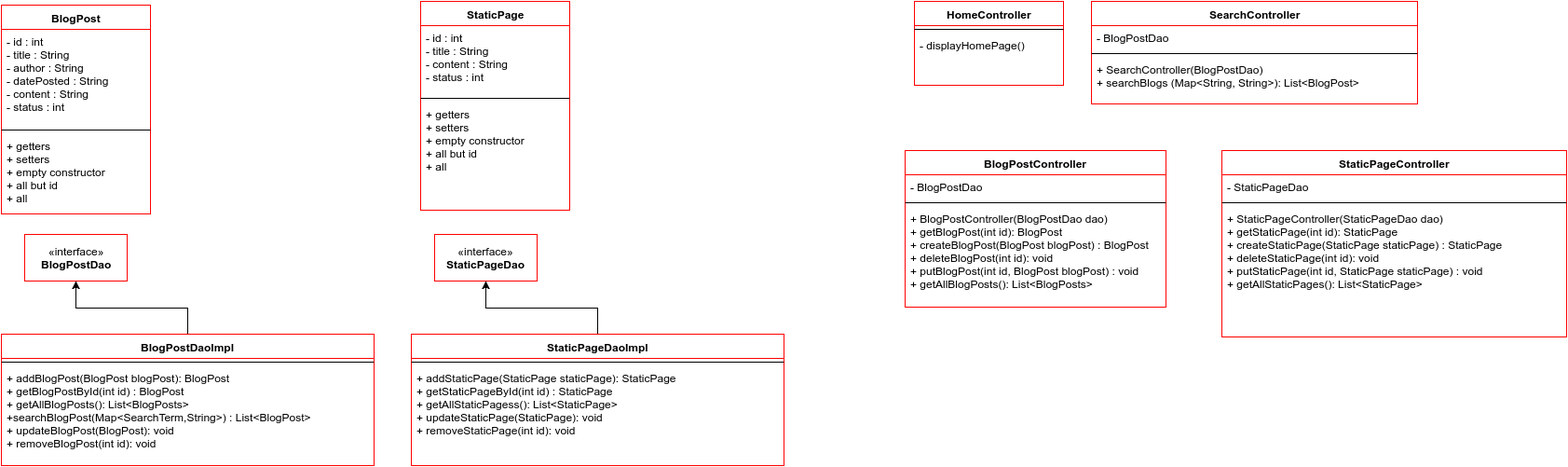
Before: Diagrams/makerSpaceClassDiagrams.png, a diagram exported from draw.io (zach1887/ClassProjects). Source tidied: cells renumbered, new cells last; positions are measured from the earlier drawing's top-left corner, leaving out a move shared by most shapes. Source of this version:
```xml
<mxGraphModel background="#ffffff">
  <root>
    <mxCell id="0" />
    <mxCell id="1" parent="0" />
    <mxCell id="2" value="BlogPost" style="swimlane;html=1;fontStyle=1;align=center;verticalAlign=top;horizontal=1;startSize=26;swimlaneFillColor=#ffffff;strokeColor=#FF0000;" parent="1" vertex="1">
      <mxGeometry y="4" width="160" height="224" as="geometry" />
    </mxCell>
    <mxCell id="3" value="- id : int&lt;div&gt;- title : String&lt;/div&gt;&lt;div&gt;- author : String&lt;/div&gt;&lt;div&gt;- datePosted : String&lt;/div&gt;&lt;div&gt;- content : String&lt;/div&gt;&lt;div&gt;- status : int&amp;nbsp;&lt;/div&gt;" style="text;html=1;strokeColor=none;fillColor=none;align=left;verticalAlign=top;spacingLeft=4;spacingRight=4;whiteSpace=wrap;overflow=hidden;" parent="2" vertex="1">
      <mxGeometry y="26" width="160" height="104" as="geometry" />
    </mxCell>
    <mxCell id="4" style="line;html=1;strokeWidth=1;fillColor=none;align=left;verticalAlign=middle;spacingTop=-1;spacingLeft=3;spacingRight=3;labelPosition=right;" parent="2" vertex="1">
      <mxGeometry y="130" width="160" height="8" as="geometry" />
    </mxCell>
    <mxCell id="5" value="+ getters&lt;div&gt;+ setters&lt;/div&gt;&lt;div&gt;+ empty constructor&lt;br&gt;&lt;/div&gt;&lt;div&gt;+ all but id&lt;br&gt;&lt;/div&gt;&lt;div&gt;+ all&lt;br&gt;&lt;/div&gt;" style="text;html=1;strokeColor=none;fillColor=none;align=left;verticalAlign=top;spacingLeft=4;spacingRight=4;whiteSpace=wrap;overflow=hidden;" parent="2" vertex="1">
      <mxGeometry y="138" width="160" height="82" as="geometry" />
    </mxCell>
    <mxCell id="6" value="StaticPage" style="swimlane;html=1;fontStyle=1;align=center;verticalAlign=top;horizontal=1;startSize=26;swimlaneFillColor=#ffffff;strokeColor=#FF0000;" parent="1" vertex="1">
      <mxGeometry x="450" width="160" height="224" as="geometry" />
    </mxCell>
    <mxCell id="7" value="- id : int&lt;div&gt;- title : String&lt;/div&gt;&lt;div&gt;- content : String&lt;/div&gt;&lt;div&gt;- status : int&amp;nbsp;&lt;/div&gt;" style="text;html=1;strokeColor=none;fillColor=none;align=left;verticalAlign=top;spacingLeft=4;spacingRight=4;whiteSpace=wrap;overflow=hidden;" parent="6" vertex="1">
      <mxGeometry y="26" width="160" height="74" as="geometry" />
    </mxCell>
    <mxCell id="8" style="line;html=1;strokeWidth=1;fillColor=none;align=left;verticalAlign=middle;spacingTop=-1;spacingLeft=3;spacingRight=3;labelPosition=right;" parent="6" vertex="1">
      <mxGeometry y="100" width="160" height="8" as="geometry" />
    </mxCell>
    <mxCell id="9" value="+ getters&lt;div&gt;+ setters&lt;/div&gt;&lt;div&gt;+ empty constructor&lt;br&gt;&lt;/div&gt;&lt;div&gt;+ all but id&lt;br&gt;&lt;/div&gt;&lt;div&gt;+ all&lt;br&gt;&lt;/div&gt;" style="text;html=1;strokeColor=none;fillColor=none;align=left;verticalAlign=top;spacingLeft=4;spacingRight=4;whiteSpace=wrap;overflow=hidden;" parent="6" vertex="1">
      <mxGeometry y="108" width="160" height="82" as="geometry" />
    </mxCell>
    <mxCell id="10" value="«interface»&lt;br&gt;&lt;b&gt;BlogPostDao&lt;/b&gt;" style="html=1;strokeColor=#FF0000;" parent="1" vertex="1">
      <mxGeometry x="25" y="250" width="110" height="50" as="geometry" />
    </mxCell>
    <mxCell id="11" style="edgeStyle=orthogonalEdgeStyle;rounded=0;html=1;exitX=0.5;exitY=0;entryX=0.5;entryY=1;jettySize=auto;strokeColor=#000000;" parent="1" edge="1" source="12" target="10">
      <mxGeometry relative="1" as="geometry" />
    </mxCell>
    <mxCell id="12" value="BlogPostDaoImpl" style="swimlane;html=1;fontStyle=1;align=center;verticalAlign=top;horizontal=1;startSize=26;swimlaneFillColor=#ffffff;strokeColor=#FF0000;" parent="1" vertex="1">
      <mxGeometry y="357" width="400" height="141" as="geometry" />
    </mxCell>
    <mxCell id="13" style="line;html=1;strokeWidth=1;fillColor=none;align=left;verticalAlign=middle;spacingTop=-1;spacingLeft=3;spacingRight=3;labelPosition=right;" parent="12" vertex="1">
      <mxGeometry y="26" width="400" height="8" as="geometry" />
    </mxCell>
    <mxCell id="14" value="+ addBlogPost(BlogPost blogPost): BlogPost&lt;div&gt;+ getBlogPostById(int id) : BlogPost&lt;/div&gt;&lt;div&gt;+ getAllBlogPosts(): List&amp;lt;BlogPosts&amp;gt;&lt;/div&gt;&lt;div&gt;+searchBlogPost(Map&amp;lt;SearchTerm,String&amp;gt;) : List&amp;lt;BlogPost&amp;gt;&lt;/div&gt;&lt;div&gt;+ updateBlogPost(BlogPost): void&lt;/div&gt;&lt;div&gt;+ removeBlogPost(int id): void&lt;/div&gt;" style="text;html=1;strokeColor=none;fillColor=none;align=left;verticalAlign=top;spacingLeft=4;spacingRight=4;whiteSpace=wrap;overflow=hidden;" parent="12" vertex="1">
      <mxGeometry y="34" width="400" height="96" as="geometry" />
    </mxCell>
    <mxCell id="15" value="«interface»&lt;br&gt;&lt;b&gt;StaticPageDao&lt;/b&gt;" style="html=1;strokeColor=#FF0000;" parent="1" vertex="1">
      <mxGeometry x="465" y="250" width="110" height="50" as="geometry" />
    </mxCell>
    <mxCell id="16" style="edgeStyle=orthogonalEdgeStyle;rounded=0;html=1;exitX=0.5;exitY=0;entryX=0.5;entryY=1;jettySize=auto;strokeColor=#000000;" parent="1" edge="1" source="17" target="15">
      <mxGeometry relative="1" as="geometry" />
    </mxCell>
    <mxCell id="17" value="StaticPageDaoImpl" style="swimlane;html=1;fontStyle=1;align=center;verticalAlign=top;horizontal=1;startSize=26;swimlaneFillColor=#ffffff;strokeColor=#FF0000;" parent="1" vertex="1">
      <mxGeometry x="440" y="357" width="400" height="141" as="geometry" />
    </mxCell>
    <mxCell id="18" style="line;html=1;strokeWidth=1;fillColor=none;align=left;verticalAlign=middle;spacingTop=-1;spacingLeft=3;spacingRight=3;labelPosition=right;" parent="17" vertex="1">
      <mxGeometry y="26" width="400" height="8" as="geometry" />
    </mxCell>
    <mxCell id="19" value="+ addStaticPage(StaticPage staticPage): StaticPage&lt;div&gt;+ getStaticPageById(int id) : StaticPage&lt;/div&gt;&lt;div&gt;+ getAllStaticPagess(): List&amp;lt;StaticPage&amp;gt;&lt;/div&gt;&lt;div&gt;+ updateStaticPage(StaticPage): void&lt;/div&gt;&lt;div&gt;+ removeStaticPage(int id): void&lt;/div&gt;" style="text;html=1;strokeColor=none;fillColor=none;align=left;verticalAlign=top;spacingLeft=4;spacingRight=4;whiteSpace=wrap;overflow=hidden;" parent="17" vertex="1">
      <mxGeometry y="34" width="400" height="96" as="geometry" />
    </mxCell>
    <mxCell id="20" value="HomeController" style="swimlane;html=1;fontStyle=1;align=center;verticalAlign=top;horizontal=1;startSize=26;swimlaneFillColor=#ffffff;strokeColor=#FF0000;" parent="1" vertex="1">
      <mxGeometry x="980" width="160" height="90" as="geometry" />
    </mxCell>
    <mxCell id="21" style="line;html=1;strokeWidth=1;fillColor=none;align=left;verticalAlign=middle;spacingTop=-1;spacingLeft=3;spacingRight=3;labelPosition=right;" parent="20" vertex="1">
      <mxGeometry y="26" width="160" height="8" as="geometry" />
    </mxCell>
    <mxCell id="22" value="- displayHomePage()" style="text;html=1;strokeColor=none;fillColor=none;align=left;verticalAlign=top;spacingLeft=4;spacingRight=4;whiteSpace=wrap;overflow=hidden;" parent="20" vertex="1">
      <mxGeometry y="34" width="160" height="26" as="geometry" />
    </mxCell>
    <mxCell id="23" value="SearchController" style="swimlane;html=1;fontStyle=1;align=center;verticalAlign=top;horizontal=1;startSize=26;swimlaneFillColor=#ffffff;strokeColor=#FF0000;" parent="1" vertex="1">
      <mxGeometry x="1170" width="350" height="110" as="geometry" />
    </mxCell>
    <mxCell id="24" value="- BlogPostDao" style="text;html=1;strokeColor=none;fillColor=none;align=left;verticalAlign=top;spacingLeft=4;spacingRight=4;whiteSpace=wrap;overflow=hidden;" parent="23" vertex="1">
      <mxGeometry y="26" width="350" height="26" as="geometry" />
    </mxCell>
    <mxCell id="25" style="line;html=1;strokeWidth=1;fillColor=none;align=left;verticalAlign=middle;spacingTop=-1;spacingLeft=3;spacingRight=3;labelPosition=right;" parent="23" vertex="1">
      <mxGeometry y="52" width="350" height="8" as="geometry" />
    </mxCell>
    <mxCell id="26" value="+ SearchController(BlogPostDao)&lt;div&gt;+ searchBlogs (Map&amp;lt;String, String&amp;gt;): List&amp;lt;BlogPost&amp;gt;&lt;/div&gt;" style="text;html=1;strokeColor=none;fillColor=none;align=left;verticalAlign=top;spacingLeft=4;spacingRight=4;whiteSpace=wrap;overflow=hidden;" parent="23" vertex="1">
      <mxGeometry y="60" width="350" height="50" as="geometry" />
    </mxCell>
    <mxCell id="27" value="BlogPostController" style="swimlane;html=1;fontStyle=1;align=center;verticalAlign=top;horizontal=1;startSize=26;swimlaneFillColor=#ffffff;strokeColor=#FF0000;" parent="1" vertex="1">
      <mxGeometry x="970" y="160" width="280" height="168" as="geometry" />
    </mxCell>
    <mxCell id="28" value="- BlogPostDao" style="text;html=1;strokeColor=none;fillColor=none;align=left;verticalAlign=top;spacingLeft=4;spacingRight=4;whiteSpace=wrap;overflow=hidden;" parent="27" vertex="1">
      <mxGeometry y="26" width="280" height="26" as="geometry" />
    </mxCell>
    <mxCell id="29" style="line;html=1;strokeWidth=1;fillColor=none;align=left;verticalAlign=middle;spacingTop=-1;spacingLeft=3;spacingRight=3;labelPosition=right;" parent="27" vertex="1">
      <mxGeometry y="52" width="280" height="8" as="geometry" />
    </mxCell>
    <mxCell id="30" value="+ BlogPostController(BlogPostDao dao)&lt;div&gt;+ getBlogPost(int id): BlogPost&lt;/div&gt;&lt;div&gt;+ createBlogPost(BlogPost blogPost) : BlogPost&lt;/div&gt;&lt;div&gt;+ deleteBlogPost(int id): void&lt;/div&gt;&lt;div&gt;+ putBlogPost(int id, BlogPost blogPost) : void&lt;/div&gt;&lt;div&gt;+ getAllBlogPosts(): List&amp;lt;BlogPosts&amp;gt;&lt;/div&gt;" style="text;html=1;strokeColor=none;fillColor=none;align=left;verticalAlign=top;spacingLeft=4;spacingRight=4;whiteSpace=wrap;overflow=hidden;" parent="27" vertex="1">
      <mxGeometry y="60" width="280" height="100" as="geometry" />
    </mxCell>
    <mxCell id="31" value="StaticPageController" style="swimlane;html=1;fontStyle=1;align=center;verticalAlign=top;horizontal=1;startSize=26;swimlaneFillColor=#ffffff;strokeColor=#FF0000;" parent="1" vertex="1">
      <mxGeometry x="1310" y="160" width="370" height="200" as="geometry" />
    </mxCell>
    <mxCell id="32" value="- StaticPageDao" style="text;html=1;strokeColor=none;fillColor=none;align=left;verticalAlign=top;spacingLeft=4;spacingRight=4;whiteSpace=wrap;overflow=hidden;" parent="31" vertex="1">
      <mxGeometry y="26" width="370" height="26" as="geometry" />
    </mxCell>
    <mxCell id="33" style="line;html=1;strokeWidth=1;fillColor=none;align=left;verticalAlign=middle;spacingTop=-1;spacingLeft=3;spacingRight=3;labelPosition=right;" parent="31" vertex="1">
      <mxGeometry y="52" width="370" height="8" as="geometry" />
    </mxCell>
    <mxCell id="34" value="+ StaticPageController(StaticPageDao dao)&lt;div&gt;+ getStaticPage(int id): StaticPage&lt;/div&gt;&lt;div&gt;+ createStaticPage(StaticPage staticPage) : StaticPage&lt;/div&gt;&lt;div&gt;+ deleteStaticPage(int id): void&lt;/div&gt;&lt;div&gt;+ putStaticPage(int id, StaticPage staticPage) : void&lt;/div&gt;&lt;div&gt;+ getAllStaticPages(): List&amp;lt;StaticPage&amp;gt;&lt;/div&gt;" style="text;html=1;strokeColor=none;fillColor=none;align=left;verticalAlign=top;spacingLeft=4;spacingRight=4;whiteSpace=wrap;overflow=hidden;" parent="31" vertex="1">
      <mxGeometry y="60" width="370" height="140" as="geometry" />
    </mxCell>
  </root>
</mxGraphModel>
```
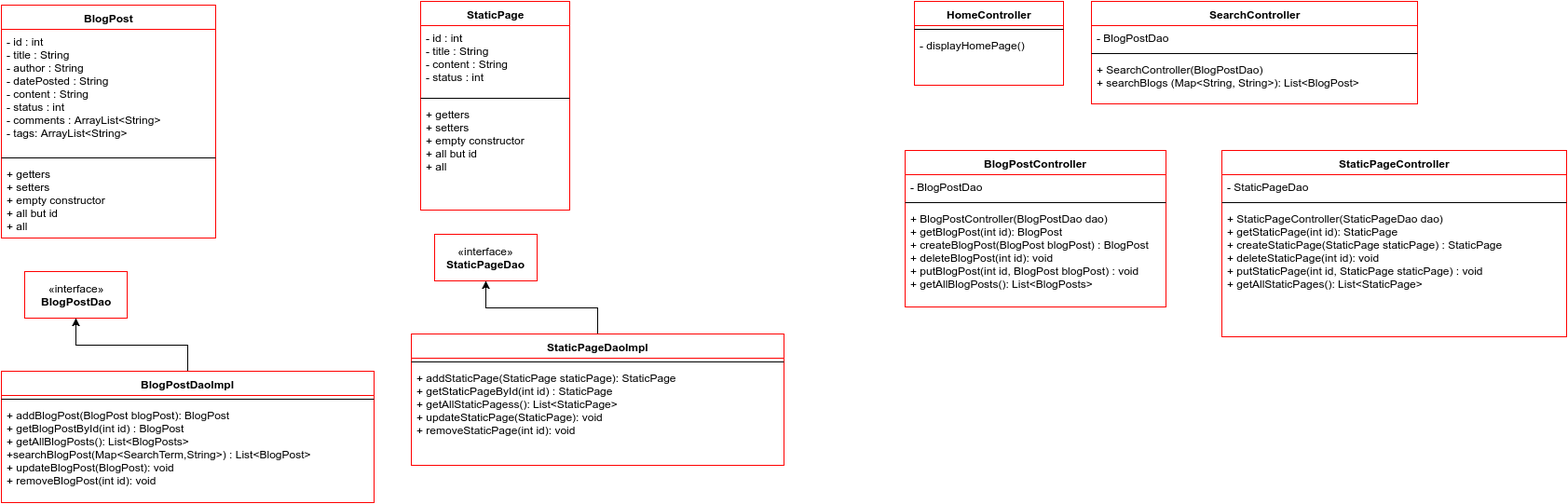
After the commit.

Commit message:
updated class diagrams

Diff of the diagram source:
```diff
@@ -3,16 +3,16 @@
     <mxCell id="0" />
     <mxCell id="1" parent="0" />
     <mxCell id="2" value="BlogPost" style="swimlane;html=1;fontStyle=1;align=center;verticalAlign=top;horizontal=1;startSize=26;swimlaneFillColor=#ffffff;strokeColor=#FF0000;" parent="1" vertex="1">
-      <mxGeometry y="4" width="160" height="224" as="geometry" />
+      <mxGeometry y="4" width="230" height="250" as="geometry" />
     </mxCell>
-    <mxCell id="3" value="- id : int&lt;div&gt;- title : String&lt;/div&gt;&lt;div&gt;- author : String&lt;/div&gt;&lt;div&gt;- datePosted : String&lt;/div&gt;&lt;div&gt;- content : String&lt;/div&gt;&lt;div&gt;- status : int&amp;nbsp;&lt;/div&gt;" style="text;html=1;strokeColor=none;fillColor=none;align=left;verticalAlign=top;spacingLeft=4;spacingRight=4;whiteSpace=wrap;overflow=hidden;" parent="2" vertex="1">
-      <mxGeometry y="26" width="160" height="104" as="geometry" />
+    <mxCell id="3" value="- id : int&lt;div&gt;- title : String&lt;/div&gt;&lt;div&gt;- author : String&lt;/div&gt;&lt;div&gt;- datePosted : String&lt;/div&gt;&lt;div&gt;- content : String&lt;/div&gt;&lt;div&gt;- status : int&amp;nbsp;&lt;/div&gt;&lt;div&gt;- comments : ArrayList&amp;lt;String&amp;gt;&lt;/div&gt;&lt;div&gt;- tags: ArrayList&amp;lt;String&amp;gt;&lt;/div&gt;" style="text;html=1;strokeColor=none;fillColor=none;align=left;verticalAlign=top;spacingLeft=4;spacingRight=4;whiteSpace=wrap;overflow=hidden;" parent="2" vertex="1">
+      <mxGeometry y="26" width="230" height="134" as="geometry" />
     </mxCell>
     <mxCell id="4" style="line;html=1;strokeWidth=1;fillColor=none;align=left;verticalAlign=middle;spacingTop=-1;spacingLeft=3;spacingRight=3;labelPosition=right;" parent="2" vertex="1">
-      <mxGeometry y="130" width="160" height="8" as="geometry" />
+      <mxGeometry y="160" width="230" height="8" as="geometry" />
     </mxCell>
     <mxCell id="5" value="+ getters&lt;div&gt;+ setters&lt;/div&gt;&lt;div&gt;+ empty constructor&lt;br&gt;&lt;/div&gt;&lt;div&gt;+ all but id&lt;br&gt;&lt;/div&gt;&lt;div&gt;+ all&lt;br&gt;&lt;/div&gt;" style="text;html=1;strokeColor=none;fillColor=none;align=left;verticalAlign=top;spacingLeft=4;spacingRight=4;whiteSpace=wrap;overflow=hidden;" parent="2" vertex="1">
-      <mxGeometry y="138" width="160" height="82" as="geometry" />
+      <mxGeometry y="168" width="230" height="82" as="geometry" />
     </mxCell>
     <mxCell id="6" value="StaticPage" style="swimlane;html=1;fontStyle=1;align=center;verticalAlign=top;horizontal=1;startSize=26;swimlaneFillColor=#ffffff;strokeColor=#FF0000;" parent="1" vertex="1">
       <mxGeometry x="450" width="160" height="224" as="geometry" />
@@ -27,13 +27,13 @@
       <mxGeometry y="108" width="160" height="82" as="geometry" />
     </mxCell>
     <mxCell id="10" value="«interface»&lt;br&gt;&lt;b&gt;BlogPostDao&lt;/b&gt;" style="html=1;strokeColor=#FF0000;" parent="1" vertex="1">
-      <mxGeometry x="25" y="250" width="110" height="50" as="geometry" />
+      <mxGeometry x="25" y="290" width="110" height="50" as="geometry" />
     </mxCell>
     <mxCell id="11" style="edgeStyle=orthogonalEdgeStyle;rounded=0;html=1;exitX=0.5;exitY=0;entryX=0.5;entryY=1;jettySize=auto;strokeColor=#000000;" parent="1" edge="1" source="12" target="10">
       <mxGeometry relative="1" as="geometry" />
     </mxCell>
     <mxCell id="12" value="BlogPostDaoImpl" style="swimlane;html=1;fontStyle=1;align=center;verticalAlign=top;horizontal=1;startSize=26;swimlaneFillColor=#ffffff;strokeColor=#FF0000;" parent="1" vertex="1">
-      <mxGeometry y="357" width="400" height="141" as="geometry" />
+      <mxGeometry y="397" width="400" height="141" as="geometry" />
     </mxCell>
     <mxCell id="13" style="line;html=1;strokeWidth=1;fillColor=none;align=left;verticalAlign=middle;spacingTop=-1;spacingLeft=3;spacingRight=3;labelPosition=right;" parent="12" vertex="1">
       <mxGeometry y="26" width="400" height="8" as="geometry" />
```
